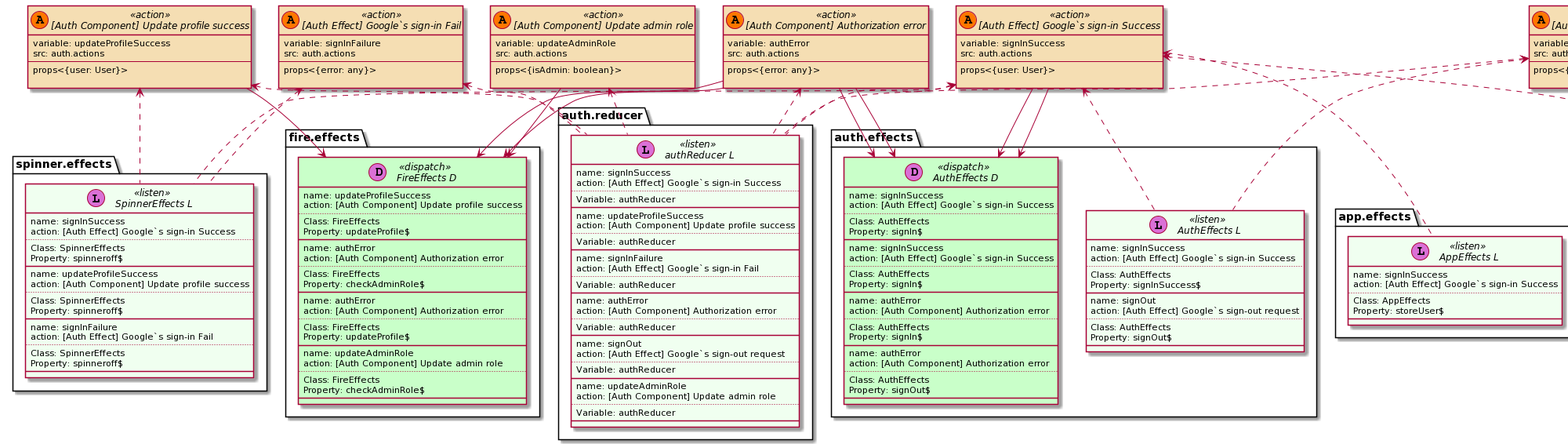
Above: out/auth.reducer_authReducer.png in shreeshreee/classroom-rds (PlantUML), before the change. The source it was exported from:
```plantuml
@startuml
set namespaceSeparator ::
skinparam class {
    BackgroundColor<<listen>> HoneyDew
    BackgroundColor<<action>> Wheat
    BackgroundColor<<dispatch>> Technology
}

interface "[Auth Effect] Google`s sign-in Success" << (A,#FF7700) action >> {
            variable: signInSuccess
            src: auth.actions
            --
            props<{user: User}>

        }


interface "auth.reducer:: authReducer L" << (L,orchid) listen >> {
            name: signInSuccess
            action: [Auth Effect] Google`s sign-in Success
            ..
            Variable: authReducer
            __
        }
        "[Auth Effect] Google`s sign-in Success" <.down. "auth.reducer:: authReducer L"

interface "auth.effects:: AuthEffects D" << (D,orchid) dispatch >> {
            name: signInSuccess
            action: [Auth Effect] Google`s sign-in Success
            ..
            Class: AuthEffects
Property: signIn$
            __
        }
        "[Auth Effect] Google`s sign-in Success" -down-> "auth.effects:: AuthEffects D"

interface "auth.effects:: AuthEffects D" << (D,orchid) dispatch >> {
            name: signInSuccess
            action: [Auth Effect] Google`s sign-in Success
            ..
            Class: AuthEffects
Property: signIn$
            __
        }
        "[Auth Effect] Google`s sign-in Success" -down-> "auth.effects:: AuthEffects D"

interface "auth.effects:: AuthEffects L" << (L,orchid) listen >> {
            name: signInSuccess
            action: [Auth Effect] Google`s sign-in Success
            ..
            Class: AuthEffects
Property: signInSuccess$
            __
        }
        "[Auth Effect] Google`s sign-in Success" <.down. "auth.effects:: AuthEffects L"

interface "route.effects:: RouteEffects L" << (L,orchid) listen >> {
            name: signInSuccess
            action: [Auth Effect] Google`s sign-in Success
            ..
            Class: RouteEffects
Property: gohome$
            __
        }
        "[Auth Effect] Google`s sign-in Success" <.down. "route.effects:: RouteEffects L"

interface "app.effects:: AppEffects L" << (L,orchid) listen >> {
            name: signInSuccess
            action: [Auth Effect] Google`s sign-in Success
            ..
            Class: AppEffects
Property: storeUser$
            __
        }
        "[Auth Effect] Google`s sign-in Success" <.down. "app.effects:: AppEffects L"

interface "spinner.effects:: SpinnerEffects L" << (L,orchid) listen >> {
            name: signInSuccess
            action: [Auth Effect] Google`s sign-in Success
            ..
            Class: SpinnerEffects
Property: spinneroff$
            __
        }
        "[Auth Effect] Google`s sign-in Success" <.down. "spinner.effects:: SpinnerEffects L"

interface "[Auth Component] Update profile success" << (A,#FF7700) action >> {
            variable: updateProfileSuccess
            src: auth.actions
            --
            props<{user: User}>

        }


interface "auth.reducer:: authReducer L" << (L,orchid) listen >> {
            name: updateProfileSuccess
            action: [Auth Component] Update profile success
            ..
            Variable: authReducer
            __
        }
        "[Auth Component] Update profile success" <.down. "auth.reducer:: authReducer L"

interface "fire.effects:: FireEffects D" << (D,orchid) dispatch >> {
            name: updateProfileSuccess
            action: [Auth Component] Update profile success
            ..
            Class: FireEffects
Property: updateProfile$
            __
        }
        "[Auth Component] Update profile success" -down-> "fire.effects:: FireEffects D"

interface "spinner.effects:: SpinnerEffects L" << (L,orchid) listen >> {
            name: updateProfileSuccess
            action: [Auth Component] Update profile success
            ..
            Class: SpinnerEffects
Property: spinneroff$
            __
        }
        "[Auth Component] Update profile success" <.down. "spinner.effects:: SpinnerEffects L"

interface "[Auth Effect] Google`s sign-in Fail" << (A,#FF7700) action >> {
            variable: signInFailure
            src: auth.actions
            --
            props<{error: any}>

        }


interface "auth.reducer:: authReducer L" << (L,orchid) listen >> {
            name: signInFailure
            action: [Auth Effect] Google`s sign-in Fail
            ..
            Variable: authReducer
            __
        }
        "[Auth Effect] Google`s sign-in Fail" <.down. "auth.reducer:: authReducer L"

interface "spinner.effects:: SpinnerEffects L" << (L,orchid) listen >> {
            name: signInFailure
            action: [Auth Effect] Google`s sign-in Fail
            ..
            Class: SpinnerEffects
Property: spinneroff$
            __
        }
        "[Auth Effect] Google`s sign-in Fail" <.down. "spinner.effects:: SpinnerEffects L"

interface "[Auth Component] Authorization error" << (A,#FF7700) action >> {
            variable: authError
            src: auth.actions
            --
            props<{error: any}>

        }


interface "auth.reducer:: authReducer L" << (L,orchid) listen >> {
            name: authError
            action: [Auth Component] Authorization error
            ..
            Variable: authReducer
            __
        }
        "[Auth Component] Authorization error" <.down. "auth.reducer:: authReducer L"

interface "auth.effects:: AuthEffects D" << (D,orchid) dispatch >> {
            name: authError
            action: [Auth Component] Authorization error
            ..
            Class: AuthEffects
Property: signIn$
            __
        }
        "[Auth Component] Authorization error" -down-> "auth.effects:: AuthEffects D"

interface "auth.effects:: AuthEffects D" << (D,orchid) dispatch >> {
            name: authError
            action: [Auth Component] Authorization error
            ..
            Class: AuthEffects
Property: signOut$
            __
        }
        "[Auth Component] Authorization error" -down-> "auth.effects:: AuthEffects D"

interface "fire.effects:: FireEffects D" << (D,orchid) dispatch >> {
            name: authError
            action: [Auth Component] Authorization error
            ..
            Class: FireEffects
Property: checkAdminRole$
            __
        }
        "[Auth Component] Authorization error" -down-> "fire.effects:: FireEffects D"

interface "fire.effects:: FireEffects D" << (D,orchid) dispatch >> {
            name: authError
            action: [Auth Component] Authorization error
            ..
            Class: FireEffects
Property: updateProfile$
            __
        }
        "[Auth Component] Authorization error" -down-> "fire.effects:: FireEffects D"

interface "[Auth Effect] Google`s sign-out request" << (A,#FF7700) action >> {
            variable: signOut
            src: auth.actions
            --
            props<{user: User}>

        }


interface "auth.reducer:: authReducer L" << (L,orchid) listen >> {
            name: signOut
            action: [Auth Effect] Google`s sign-out request
            ..
            Variable: authReducer
            __
        }
        "[Auth Effect] Google`s sign-out request" <.down. "auth.reducer:: authReducer L"

interface "app.state:: logout L" << (L,orchid) listen >> {
            name: signOut
            action: [Auth Effect] Google`s sign-out request
            ..
            Function: logout
            __
        }
        "[Auth Effect] Google`s sign-out request" <.down. "app.state:: logout L"

interface "profile.component:: ProfileComponent D" << (D,orchid) dispatch >> {
            name: signOut
            action: [Auth Effect] Google`s sign-out request
            ..
            Class: ProfileComponent
Method: logoutUser
            __
        }
        "[Auth Effect] Google`s sign-out request" -down-> "profile.component:: ProfileComponent D"

interface "auth.effects:: AuthEffects L" << (L,orchid) listen >> {
            name: signOut
            action: [Auth Effect] Google`s sign-out request
            ..
            Class: AuthEffects
Property: signOut$
            __
        }
        "[Auth Effect] Google`s sign-out request" <.down. "auth.effects:: AuthEffects L"

interface "[Auth Component] Update admin role" << (A,#FF7700) action >> {
            variable: updateAdminRole
            src: auth.actions
            --
            props<{isAdmin: boolean}>

        }


interface "auth.reducer:: authReducer L" << (L,orchid) listen >> {
            name: updateAdminRole
            action: [Auth Component] Update admin role
            ..
            Variable: authReducer
            __
        }
        "[Auth Component] Update admin role" <.down. "auth.reducer:: authReducer L"

interface "fire.effects:: FireEffects D" << (D,orchid) dispatch >> {
            name: updateAdminRole
            action: [Auth Component] Update admin role
            ..
            Class: FireEffects
Property: checkAdminRole$
            __
        }
        "[Auth Component] Update admin role" -down-> "fire.effects:: FireEffects D"
@enduml
```
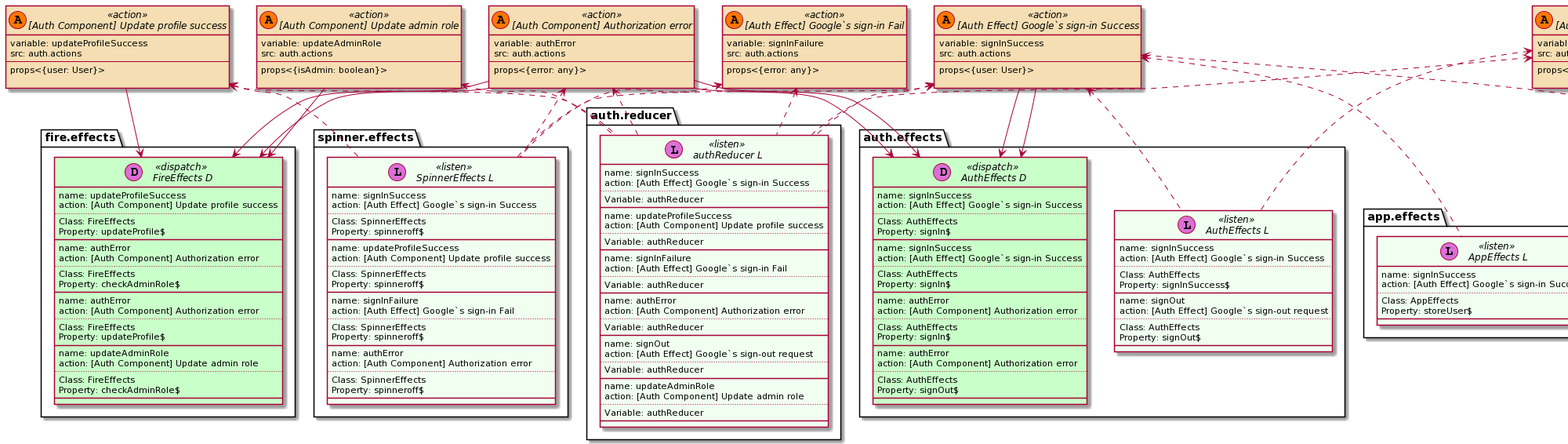
The same diagram one commit later.

Change to the diagram source:
```diff
@@ -59,7 +59,7 @@
             action: [Auth Effect] Google`s sign-in Success
             ..
             Class: RouteEffects
-Property: gohome$
+Property: goroot$
             __
         }
         "[Auth Effect] Google`s sign-in Success" <.down. "route.effects:: RouteEffects L"
@@ -208,6 +208,16 @@
         }
         "[Auth Component] Authorization error" -down-> "fire.effects:: FireEffects D"
 
+interface "spinner.effects:: SpinnerEffects L" << (L,orchid) listen >> {
+            name: authError
+            action: [Auth Component] Authorization error
+            ..
+            Class: SpinnerEffects
+Property: spinneroff$
+            __
+        }
+        "[Auth Component] Authorization error" <.down. "spinner.effects:: SpinnerEffects L"
+
 interface "[Auth Effect] Google`s sign-out request" << (A,#FF7700) action >> {
             variable: signOut
             src: auth.actions
```
